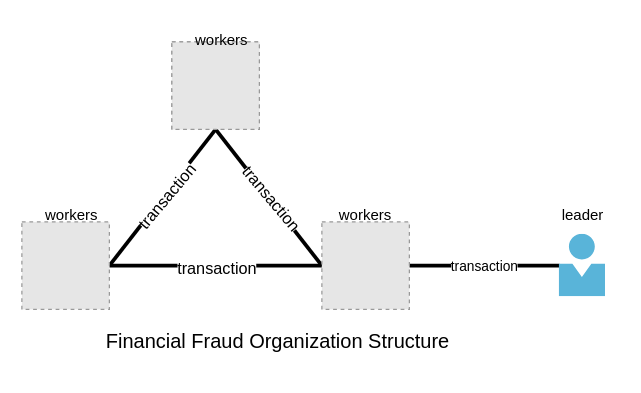
Above: test.drawio in chuchugao2/graph (draw.io), before the change. Source tidied: cells renumbered, new cells numbered last; positions are measured from the earlier drawing's top-left corner, leaving out a move shared by most shapes. Both pictures are drawn from the tidied source at 125%, with x=0, y=0 at pixel (21, 21). Pictures stored in the file or linked from it are replaced by grey dashed boxes.
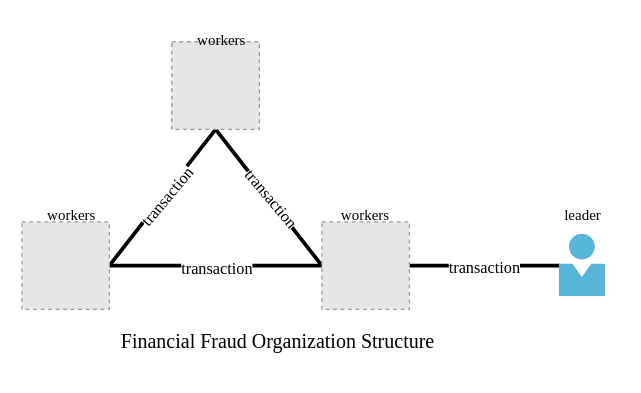
The same page after the edit.

The change refers to these unchanged cells:
```xml
<mxCell id="3" style="rounded=0;jettySize=auto;html=1;entryX=1;entryY=0.5;entryDx=0;entryDy=0;startArrow=none;startFill=0;exitX=0.5;exitY=1;exitDx=0;exitDy=0;strokeWidth=3;endArrow=none;endFill=0;" parent="1" edge="1" source="7" target="10">
  <mxGeometry relative="1" as="geometry" />
</mxCell>
<mxCell id="5" style="rounded=0;jettySize=auto;html=1;exitX=0.5;exitY=1;exitDx=0;exitDy=0;entryX=0;entryY=0.5;entryDx=0;entryDy=0;strokeWidth=3;endArrow=none;endFill=0;" parent="1" edge="1" source="7" target="13">
  <mxGeometry relative="1" as="geometry" />
</mxCell>
<mxCell id="8" style="edgeStyle=orthogonalEdgeStyle;rounded=0;jettySize=auto;html=1;endArrow=none;endFill=0;strokeWidth=3;" parent="1" edge="1" source="10" target="13">
  <mxGeometry relative="1" as="geometry" />
</mxCell>
<mxCell id="11" style="edgeStyle=orthogonalEdgeStyle;rounded=0;jettySize=auto;html=1;exitX=1;exitY=0.5;exitDx=0;exitDy=0;strokeWidth=3;endArrow=none;endFill=0;" parent="1" edge="1" source="13" target="14">
  <mxGeometry relative="1" as="geometry" />
</mxCell>
```

What changed in the source:
```diff
@@
-    <mxCell id="4" value="transaction" style="edgeLabel;html=1;align=center;verticalAlign=middle;rotation=-50;fontSize=13;" parent="3" vertex="1">
+    <mxCell id="4" value="transaction" style="edgeLabel;html=1;align=center;verticalAlign=middle;rotation=-50;fontSize=13;fontFamily=Times New Roman;" parent="3" vertex="1">
       <mxGeometry x="0.03" y="5" relative="1" as="geometry">
         <mxPoint y="-5" as="offset" />
       </mxGeometry>
     </mxCell>
@@
-    <mxCell id="6" value="transaction" style="edgeLabel;html=1;align=center;verticalAlign=middle;rotation=50;fontSize=13;" parent="5" vertex="1">
+    <mxCell id="6" value="transaction" style="edgeLabel;html=1;align=center;verticalAlign=middle;rotation=50;fontSize=13;fontFamily=Times New Roman;" parent="5" vertex="1">
       <mxGeometry x="-0.15" y="2" relative="1" as="geometry">
         <mxPoint x="7" y="9" as="offset" />
       </mxGeometry>
     </mxCell>
@@
-    <mxCell id="9" value="transaction" style="edgeLabel;html=1;align=center;verticalAlign=middle;fontSize=13;" parent="8" vertex="1">
+    <mxCell id="9" value="transaction" style="edgeLabel;html=1;align=center;verticalAlign=middle;fontSize=13;fontFamily=Times New Roman;" parent="8" vertex="1">
       <mxGeometry x="-0.19" y="-1" relative="1" as="geometry">
         <mxPoint x="16" as="offset" />
       </mxGeometry>
     </mxCell>
@@
-    <mxCell id="12" value="transaction" style="edgeLabel;html=1;align=center;verticalAlign=middle;" parent="11" vertex="1">
+    <mxCell id="12" value="transaction" style="edgeLabel;html=1;align=center;verticalAlign=middle;fontFamily=Times New Roman;fontSize=13;" parent="11" vertex="1">
       <mxGeometry x="-0.06" y="-1" relative="1" as="geometry">
         <mxPoint x="3" y="-1" as="offset" />
       </mxGeometry>
     </mxCell>
@@
-    <mxCell id="15" value="Financial Fraud Organization Structure" style="text;html=1;strokeColor=none;fillColor=none;align=center;verticalAlign=middle;whiteSpace=wrap;rounded=0;strokeWidth=5;fontSize=16;" parent="1" vertex="1">
+    <mxCell id="15" value="&lt;font face=&quot;Times New Roman&quot;&gt;Financial Fraud Organization Structure&lt;/font&gt;" style="text;html=1;strokeColor=none;fillColor=none;align=center;verticalAlign=middle;whiteSpace=wrap;rounded=0;strokeWidth=5;fontSize=16;" parent="1" vertex="1">
       <mxGeometry x="50" y="230" width="310" height="50" as="geometry" />
     </mxCell>
-    <mxCell id="16" value="leader" style="text;html=1;strokeColor=none;fillColor=none;align=center;verticalAlign=middle;whiteSpace=wrap;rounded=0;" parent="1" vertex="1">
+    <mxCell id="16" value="leader" style="text;html=1;strokeColor=none;fillColor=none;align=center;verticalAlign=middle;whiteSpace=wrap;rounded=0;fontFamily=Times New Roman;" parent="1" vertex="1">
       <mxGeometry x="418.5" y="140" width="60" height="30" as="geometry" />
     </mxCell>
-    <mxCell id="17" value="workers" style="text;html=1;strokeColor=none;fillColor=none;align=center;verticalAlign=middle;whiteSpace=wrap;rounded=0;" parent="1" vertex="1">
+    <mxCell id="17" value="&lt;font face=&quot;Times New Roman&quot;&gt;workers&lt;/font&gt;" style="text;html=1;strokeColor=none;fillColor=none;align=center;verticalAlign=middle;whiteSpace=wrap;rounded=0;" parent="1" vertex="1">
       <mxGeometry x="130" width="60" height="30" as="geometry" />
     </mxCell>
-    <mxCell id="18" value="workers" style="text;html=1;strokeColor=none;fillColor=none;align=center;verticalAlign=middle;whiteSpace=wrap;rounded=0;" parent="1" vertex="1">
+    <mxCell id="18" value="&lt;font face=&quot;Times New Roman&quot;&gt;workers&lt;/font&gt;" style="text;html=1;strokeColor=none;fillColor=none;align=center;verticalAlign=middle;whiteSpace=wrap;rounded=0;" parent="1" vertex="1">
       <mxGeometry x="10" y="140" width="60" height="30" as="geometry" />
     </mxCell>
-    <mxCell id="19" value="workers" style="text;html=1;strokeColor=none;fillColor=none;align=center;verticalAlign=middle;whiteSpace=wrap;rounded=0;" parent="1" vertex="1">
+    <mxCell id="19" value="workers" style="text;html=1;strokeColor=none;fillColor=none;align=center;verticalAlign=middle;whiteSpace=wrap;rounded=0;fontFamily=Times New Roman;" parent="1" vertex="1">
       <mxGeometry x="245" y="140" width="60" height="30" as="geometry" />
     </mxCell>
```
